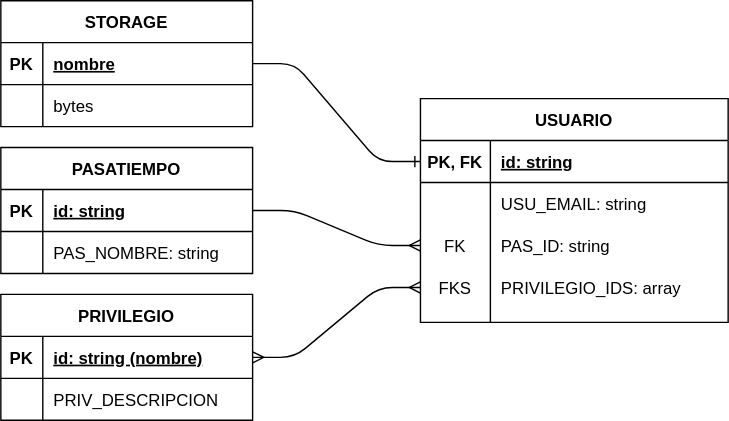
Above: img/no_sql.svg in gilpgdm/gilpgdm.github.io (draw.io), before the change. Source tidied: cells renumbered, new cells last; positions are measured from the earlier drawing's top-left corner, leaving out a move shared by most shapes.
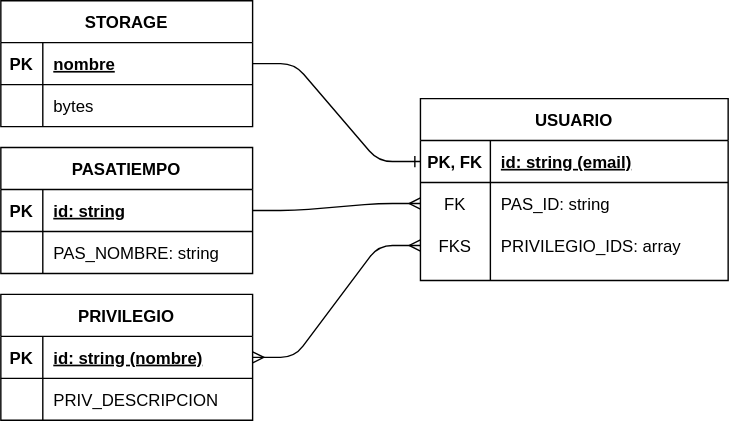
Above is the later version.

Commit message:
Corrige datos

Diff of the diagram source:
```diff
@@ -75,7 +75,7 @@
       <mxGeometry relative="1" as="geometry" />
     </mxCell>
     <mxCell id="26" value="USUARIO" style="shape=table;startSize=30;rowLines=0;fontStyle=1;align=center;" parent="1" vertex="1">
-      <mxGeometry x="300" y="70" width="220" height="160" as="geometry" />
+      <mxGeometry x="300" y="70" width="220" height="130" as="geometry" />
     </mxCell>
     <mxCell id="27" style="shape=partialRectangle;fillColor=none;top=0;left=0;bottom=1;right=0;points=[[0,0.5],[1,0.5]];portConstraint=eastwest;" parent="26" vertex="1">
       <mxGeometry y="30" width="220" height="30" as="geometry" />
@@ -83,20 +83,11 @@
     <mxCell id="28" value="PK, FK" style="shape=partialRectangle;fillColor=none;top=0;left=0;bottom=0;right=0;fontStyle=1;overflow=hidden;" parent="27" vertex="1">
       <mxGeometry width="50" height="30" as="geometry" />
     </mxCell>
-    <mxCell id="29" value="id: string" style="shape=partialRectangle;fillColor=none;top=0;left=0;bottom=0;right=0;align=left;spacingLeft=6;fontStyle=5;overflow=hidden;" parent="27" vertex="1">
+    <mxCell id="29" value="id: string (email)" style="shape=partialRectangle;fillColor=none;top=0;left=0;bottom=0;right=0;align=left;spacingLeft=6;fontStyle=5;overflow=hidden;" parent="27" vertex="1">
       <mxGeometry x="50" width="170" height="30" as="geometry" />
     </mxCell>
-    <mxCell id="30" style="shape=partialRectangle;fillColor=none;top=0;left=0;bottom=0;right=0;" parent="26" vertex="1">
-      <mxGeometry y="60" width="220" height="30" as="geometry" />
-    </mxCell>
-    <mxCell id="31" style="shape=partialRectangle;fillColor=none;top=0;left=0;bottom=0;right=0;overflow=hidden;" parent="30" vertex="1">
-      <mxGeometry width="50" height="30" as="geometry" />
-    </mxCell>
-    <mxCell id="32" value="USU_EMAIL: string" style="shape=partialRectangle;fillColor=none;top=0;left=0;bottom=0;right=0;align=left;spacingLeft=6;overflow=hidden;" parent="30" vertex="1">
-      <mxGeometry x="50" width="170" height="30" as="geometry" />
-    </mxCell>
     <mxCell id="33" style="shape=partialRectangle;fillColor=none;top=0;left=0;bottom=0;right=0;points=[[0,0.5],[1,0.5]];portConstraint=eastwest;" parent="26" vertex="1">
-      <mxGeometry y="90" width="220" height="30" as="geometry" />
+      <mxGeometry y="60" width="220" height="30" as="geometry" />
     </mxCell>
     <mxCell id="34" value="FK" style="shape=partialRectangle;fillColor=none;top=0;left=0;bottom=0;right=0;overflow=hidden;" parent="33" vertex="1">
       <mxGeometry width="50" height="30" as="geometry" />
@@ -105,7 +96,7 @@
       <mxGeometry x="50" width="170" height="30" as="geometry" />
     </mxCell>
     <mxCell id="36" style="shape=partialRectangle;fillColor=none;top=0;left=0;bottom=0;right=0;points=[[0,0.5],[1,0.5]];portConstraint=eastwest;" parent="26" vertex="1">
-      <mxGeometry y="120" width="220" height="30" as="geometry" />
+      <mxGeometry y="90" width="220" height="30" as="geometry" />
     </mxCell>
     <mxCell id="37" value="FKS" style="shape=partialRectangle;fillColor=none;top=0;left=0;bottom=0;right=0;overflow=hidden;" parent="36" vertex="1">
       <mxGeometry width="50" height="30" as="geometry" />
```
